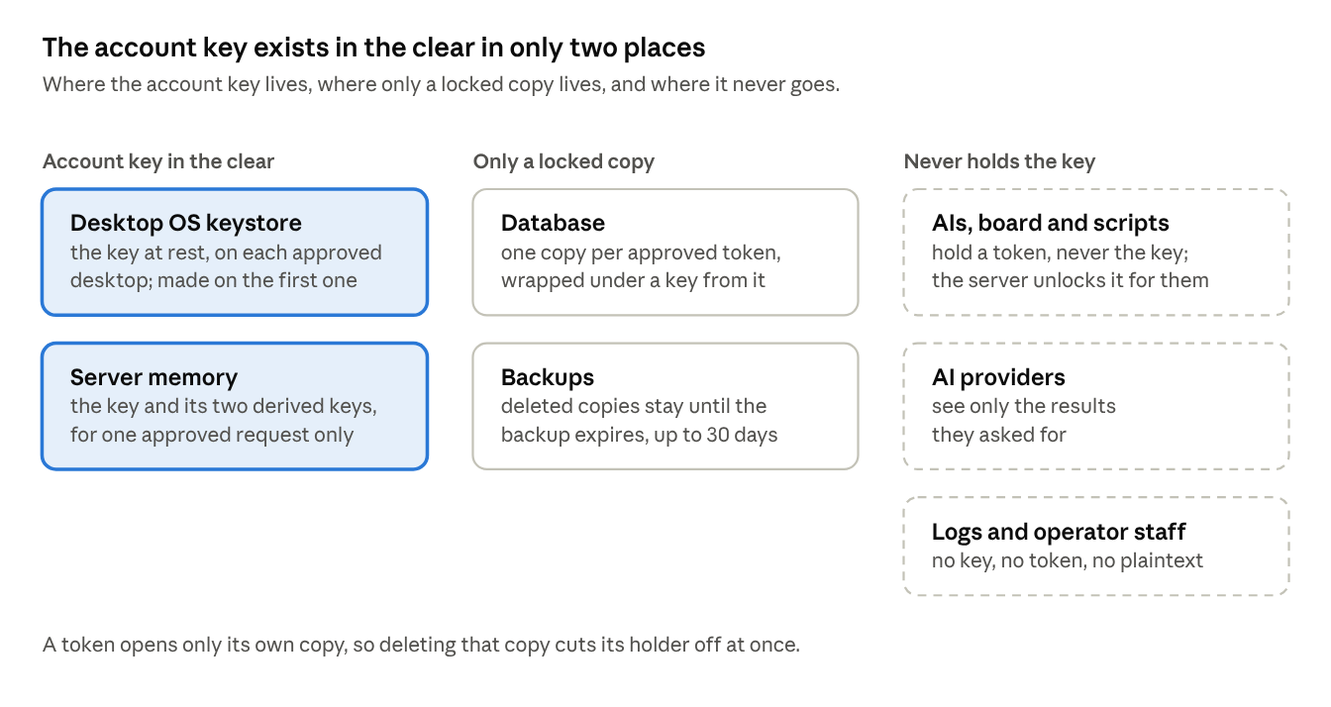
Before: figures/where-the-account-key-lives-2-places-in-the-clear.png, a diagram exported from Mermaid (ajs-consult-llc/mirror-encryption-rfc). Its source is kept beside it as diagrams/where-the-account-key-lives-2-places-in-the-clear.mmd.
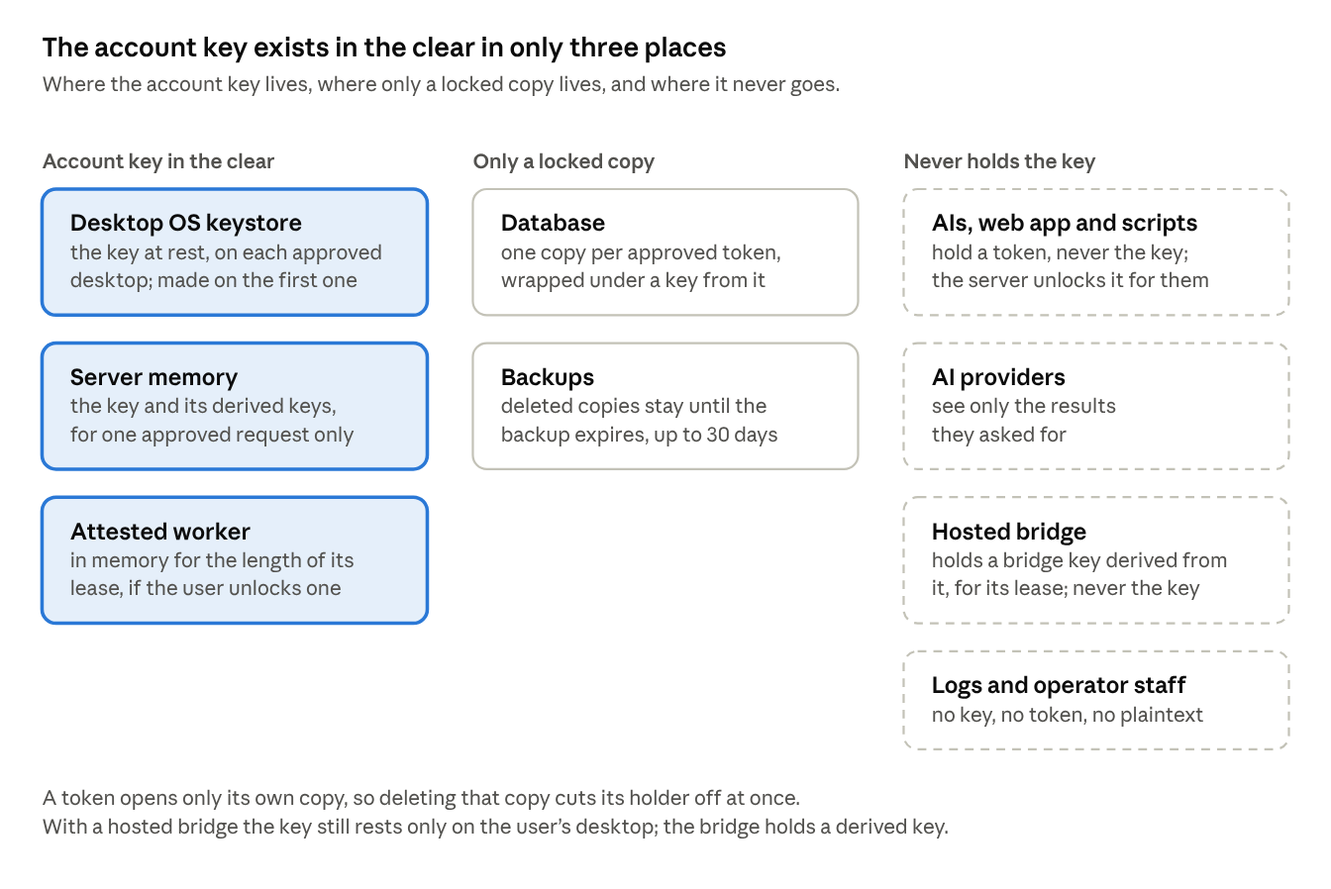
The same file after the commit.

What changed in the source:
```diff
@@ -1,12 +1,13 @@
 flowchart TB
-  accTitle: The account key exists in the clear in only two places
-  accDescr: Where the account key lives, where only a locked copy lives, and where it never goes. In the clear, the key exists only in the desktop OS keystore, at rest on each approved desktop and made on the first one, and in server memory, with its two derived keys, for one approved request only. Only a locked copy is in the database, one copy per approved token wrapped under a key from it, and in backups, where deleted copies stay until the backup expires, up to 30 days. The AIs, board and scripts hold a token but never the key, and the server unlocks it for them. AI providers see only the results they asked for. Logs and operator staff hold no key, no token and no plaintext. A token opens only its own copy, so deleting that copy cuts its holder off at once.
+  accTitle: The account key exists in the clear in only three places
+  accDescr: Where the account key lives, where only a locked copy lives, and where it never goes. In the clear, the key exists only in the desktop OS keystore, at rest on each approved desktop and made on the first one, in server memory, with its derived keys, for one approved request only, and in an attested worker, in memory for the length of its lease, if the user unlocks one. Only a locked copy is in the database, one copy per approved token wrapped under a key from it, and in backups, where deleted copies stay until the backup expires, up to 30 days. The AIs, web app and scripts hold a token but never the key, and the server unlocks it for them. AI providers see only the results they asked for. A hosted bridge holds a bridge key derived from the account key, for its lease, never the key itself. Logs and operator staff hold no key, no token and no plaintext. A token opens only its own copy, so deleting that copy cuts its holder off at once. With a hosted bridge the key still rests only on the user's desktop, and the bridge holds a derived key.
   subgraph never["Never holds the key"]
     direction TB
-    N1["AIs, board and scripts<br/>hold a token, never the<br/>key, the server unlocks<br/>it for them"]
+    N1["AIs, web app and scripts<br/>hold a token, never the<br/>key, the server unlocks<br/>it for them"]
     N2["AI providers<br/>see only the results<br/>they asked for"]
+    N4["Hosted bridge<br/>holds a bridge key<br/>derived from it, for its<br/>lease, never the key"]
     N3["Logs and operator staff<br/>no key, no token,<br/>no plaintext"]
-    N1 ~~~ N2 ~~~ N3
+    N1 ~~~ N2 ~~~ N4 ~~~ N3
   end
   subgraph locked["Only a locked copy"]
     direction TB
@@ -14,11 +15,12 @@
     L2["Backups<br/>deleted copies stay<br/>until the backup expires,<br/>up to 30 days"]
     L1 ~~~ L2
   end
-  subgraph clear["In the clear"]
+  subgraph clear["Account key in the clear"]
     direction TB
     K1["Desktop OS keystore<br/>the key at rest, on each<br/>approved desktop, made<br/>on the first one"]
-    K2["Server memory<br/>the key and its two<br/>derived keys, for one<br/>approved request only"]
-    K1 ~~~ K2
+    K2["Server memory<br/>the key and its derived<br/>keys, for one approved<br/>request only"]
+    K3["Attested worker<br/>in memory for the length<br/>of its lease, if the user<br/>unlocks one"]
+    K1 ~~~ K2 ~~~ K3
   end
   classDef hot stroke:#c8932e,fill:#fbf3e3,color:#1f2933
-  class K1,K2 hot
+  class K1,K2,K3 hot
```
